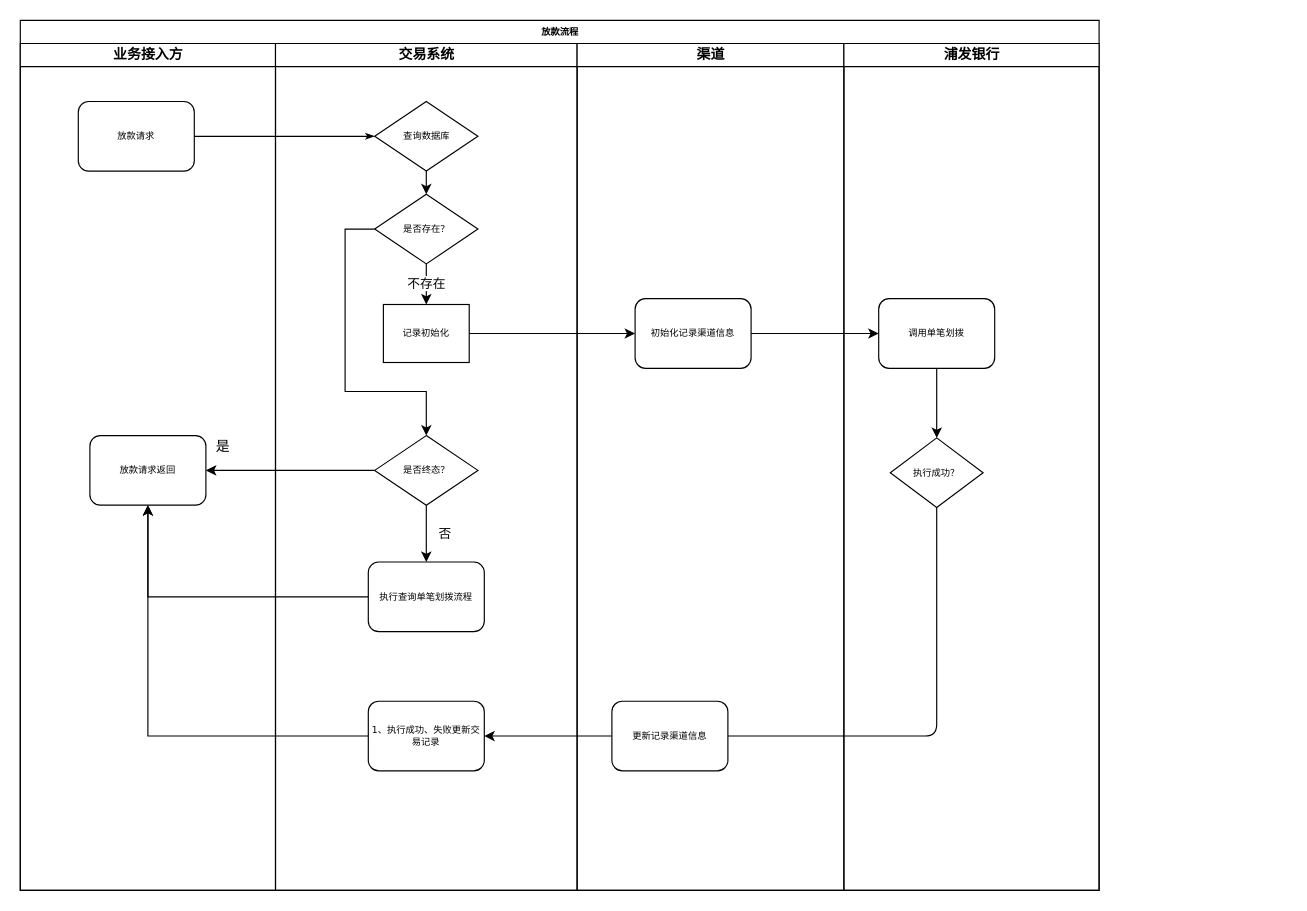
Above: 金融科技/交易放款.drawio in 294794668/draw (draw.io), before the change. Source tidied: cells renumbered, new cells numbered last; positions are measured from the earlier drawing's top-left corner, leaving out a move shared by most shapes. Both pictures are drawn from the tidied source at 116%, with x=0, y=0 at pixel (20, 20).
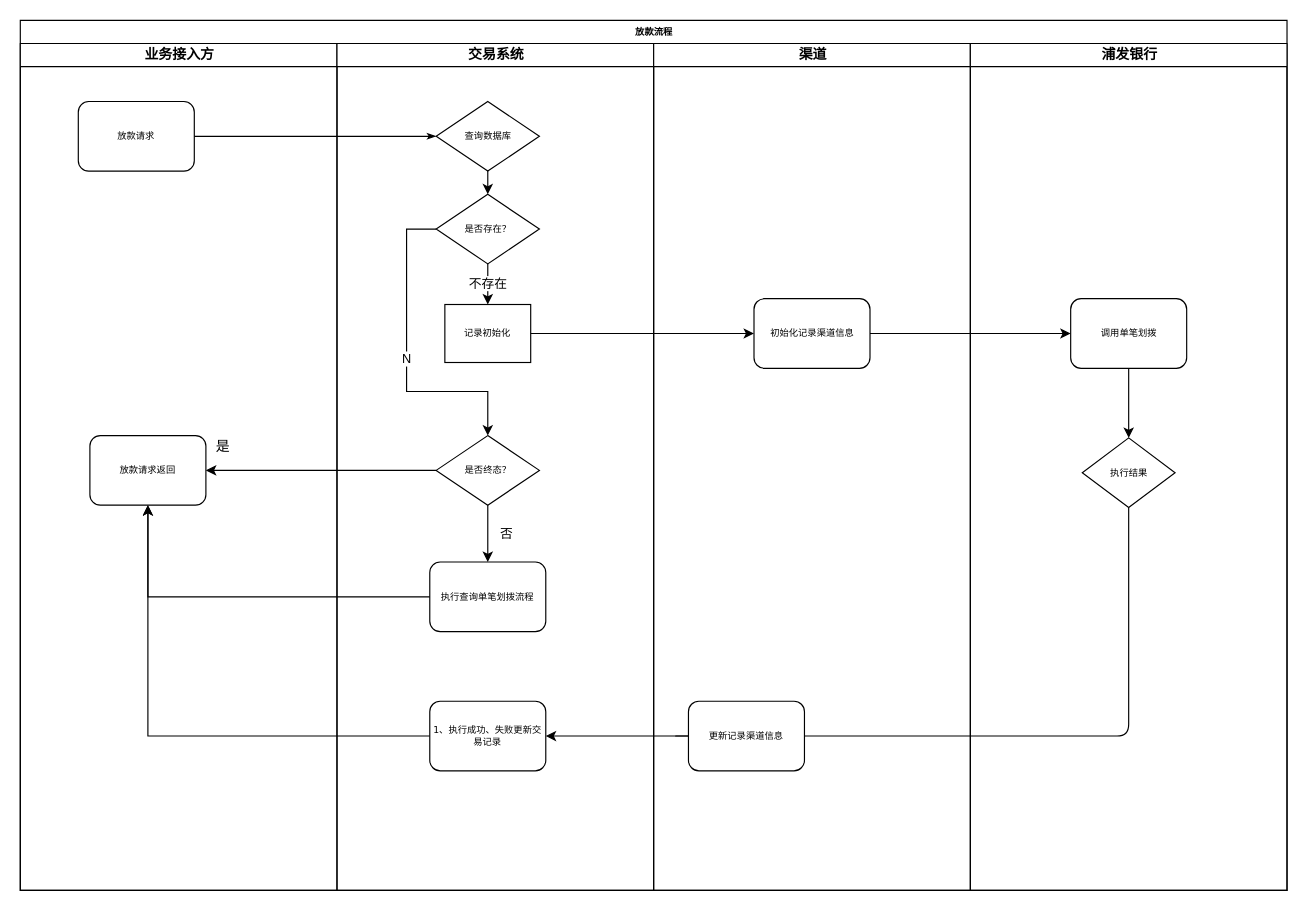
The same diagram, later.

Commit message:
更新交易放款.drawio

The change refers to these unchanged cells:
```xml
<mxCell id="12" value="是否存在？" style="rhombus;whiteSpace=wrap;html=1;rounded=0;shadow=0;labelBackgroundColor=none;strokeColor=#000000;strokeWidth=1;fillColor=#ffffff;fontFamily=Verdana;fontSize=8;fontColor=#000000;align=center;" parent="7" vertex="1">
  <mxGeometry x="85.5" y="130" width="89" height="60" as="geometry" />
</mxCell>
<mxCell id="14" value="是否终态？" style="rhombus;whiteSpace=wrap;html=1;rounded=0;shadow=0;labelBackgroundColor=none;strokeColor=#000000;strokeWidth=1;fillColor=#ffffff;fontFamily=Verdana;fontSize=8;fontColor=#000000;align=center;" parent="7" vertex="1">
  <mxGeometry x="85.5" y="338" width="89" height="60" as="geometry" />
</mxCell>
```

Diff of the diagram source:
```diff
@@
     <mxCell id="2" value="放款流程" style="swimlane;html=1;startSize=20;rounded=0;shadow=0;labelBackgroundColor=none;strokeColor=#000000;strokeWidth=1;fillColor=#ffffff;fontFamily=Verdana;fontSize=8;fontColor=#000000;align=center;" parent="1" vertex="1">
-      <mxGeometry width="930" height="750" as="geometry" />
+      <mxGeometry width="1092" height="750" as="geometry" />
     </mxCell>
     <mxCell id="3" value="业务接入方" style="swimlane;html=1;startSize=20;" parent="2" vertex="1">
-      <mxGeometry y="20" width="220" height="730" as="geometry" />
+      <mxGeometry y="20" width="273" height="730" as="geometry" />
     </mxCell>
@@
     <mxCell id="7" value="交易系统" style="swimlane;html=1;startSize=20;" parent="2" vertex="1">
-      <mxGeometry x="220" y="20" width="260" height="730" as="geometry" />
+      <mxGeometry x="273" y="20" width="273" height="730" as="geometry" />
     </mxCell>
@@
-    <mxCell id="11" style="edgeStyle=orthogonalEdgeStyle;rounded=0;jettySize=auto;html=1;exitX=0;exitY=0.5;exitDx=0;exitDy=0;" parent="7" edge="1" source="12" target="14">
+    <mxCell id="11" value="N&lt;br&gt;" style="edgeStyle=orthogonalEdgeStyle;rounded=0;jettySize=auto;html=1;exitX=0;exitY=0.5;exitDx=0;exitDy=0;" parent="7" edge="1" source="12" target="14">
       <mxGeometry relative="1" as="geometry">
         <Array as="points">
           <mxPoint x="60" y="160" />
           <mxPoint x="60" y="300" />
           <mxPoint x="130" y="300" />
         </Array>
       </mxGeometry>
     </mxCell>
@@
     <mxCell id="22" value="渠道" style="swimlane;html=1;startSize=20;" parent="2" vertex="1">
-      <mxGeometry x="480" y="20" width="230" height="730" as="geometry" />
+      <mxGeometry x="546" y="20" width="273" height="730" as="geometry" />
     </mxCell>
     <mxCell id="23" value="初始化记录渠道信息" style="rounded=1;whiteSpace=wrap;html=1;shadow=0;labelBackgroundColor=none;strokeColor=#000000;strokeWidth=1;fillColor=#ffffff;fontFamily=Verdana;fontSize=8;fontColor=#000000;align=center;" parent="22" vertex="1">
-      <mxGeometry x="50" y="220" width="100" height="60" as="geometry" />
+      <mxGeometry x="86.5" y="220" width="100" height="60" as="geometry" />
     </mxCell>
@@
     <mxCell id="25" value="浦发银行" style="swimlane;html=1;startSize=20;" parent="2" vertex="1">
-      <mxGeometry x="710" y="20" width="220" height="730" as="geometry" />
+      <mxGeometry x="819" y="20" width="273" height="730" as="geometry" />
     </mxCell>
@@
     <mxCell id="27" value="调用单笔划拨" style="rounded=1;whiteSpace=wrap;html=1;shadow=0;labelBackgroundColor=none;strokeColor=#000000;strokeWidth=1;fillColor=#ffffff;fontFamily=Verdana;fontSize=8;fontColor=#000000;align=center;" parent="25" vertex="1">
-      <mxGeometry x="30" y="220" width="100" height="60" as="geometry" />
+      <mxGeometry x="86.5" y="220" width="100" height="60" as="geometry" />
     </mxCell>
-    <mxCell id="28" value="执行成功？" style="rhombus;whiteSpace=wrap;html=1;rounded=0;shadow=0;labelBackgroundColor=none;strokeColor=#000000;strokeWidth=1;fillColor=#ffffff;fontFamily=Verdana;fontSize=8;fontColor=#000000;align=center;" parent="25" vertex="1">
-      <mxGeometry x="40" y="340" width="80" height="60" as="geometry" />
+    <mxCell id="28" value="执行结果" style="rhombus;whiteSpace=wrap;html=1;rounded=0;shadow=0;labelBackgroundColor=none;strokeColor=#000000;strokeWidth=1;fillColor=#ffffff;fontFamily=Verdana;fontSize=8;fontColor=#000000;align=center;" parent="25" vertex="1">
+      <mxGeometry x="96.5" y="340" width="80" height="60" as="geometry" />
     </mxCell>
```
